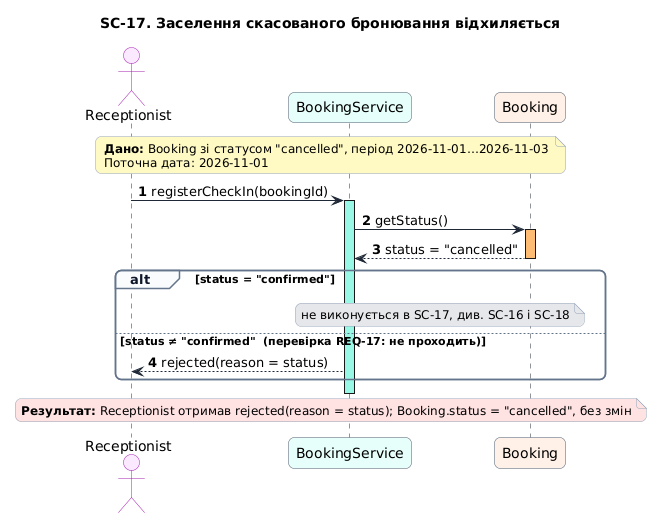
MrhyveR/Hotel-reservation-system keeps this PlantUML diagram as Lab3/diagrams/sc-17.png. Above is the earlier version. Its diagram source:
```plantuml
@startuml
title SC-17. Заселення скасованого бронювання відхиляється
skinparam shadowing false
skinparam defaultFontName DejaVu Sans
skinparam roundCorner 12
skinparam maxMessageSize 260
skinparam ArrowColor #1F2937
skinparam SequenceLifeLineBorderColor #1F2937
skinparam SequenceGroupBorderColor #64748B
skinparam SequenceGroupBackgroundColor #F8FAFC
skinparam SequenceGroupHeaderFontColor #0F172A
skinparam NoteBorderColor #94A3B8
skinparam NoteFontSize 12
skinparam ParticipantBorderColor #475569
skinparam ActorBorderColor #A21CAF
autonumber "<b>0"

actor Receptionist #FAE8FF
participant BookingService #E6FFFA
participant Booking #FFF1E6

note over Receptionist, Booking #FEF9C3
  **Дано:** Booking зі статусом "cancelled", період 2026-11-01…2026-11-03
  Поточна дата: 2026-11-01
end note

Receptionist -> BookingService : registerCheckIn(bookingId)
activate BookingService #99F6E4
BookingService -> Booking : getStatus()
activate Booking #FDBA74
Booking --> BookingService : status = "cancelled"
deactivate Booking
alt status = "confirmed"
  note over BookingService, Booking #E5E7EB : не виконується в SC-17, див. SC-16 і SC-18
else status ≠ "confirmed"  (перевірка REQ-17: не проходить)
  BookingService --> Receptionist : rejected(reason = status)
end
deactivate BookingService

note over Receptionist, Booking #FEE2E2
  **Результат:** Receptionist отримав rejected(reason = status); Booking.status = "cancelled", без змін
end note
@enduml
```
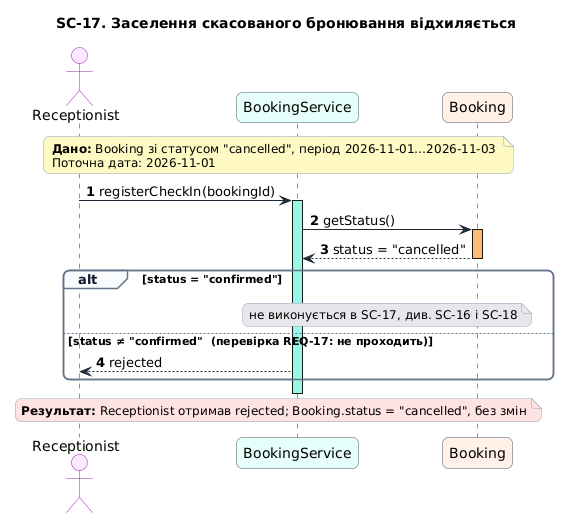
The same file after the commit.

The edit, as a diff of the source:
```diff
@@ -33,11 +33,11 @@
 alt status = "confirmed"
   note over BookingService, Booking #E5E7EB : не виконується в SC-17, див. SC-16 і SC-18
 else status ≠ "confirmed"  (перевірка REQ-17: не проходить)
-  BookingService --> Receptionist : rejected(reason = status)
+  BookingService --> Receptionist : rejected
 end
 deactivate BookingService
 
 note over Receptionist, Booking #FEE2E2
-  **Результат:** Receptionist отримав rejected(reason = status); Booking.status = "cancelled", без змін
+  **Результат:** Receptionist отримав rejected; Booking.status = "cancelled", без змін
 end note
 @enduml
```
